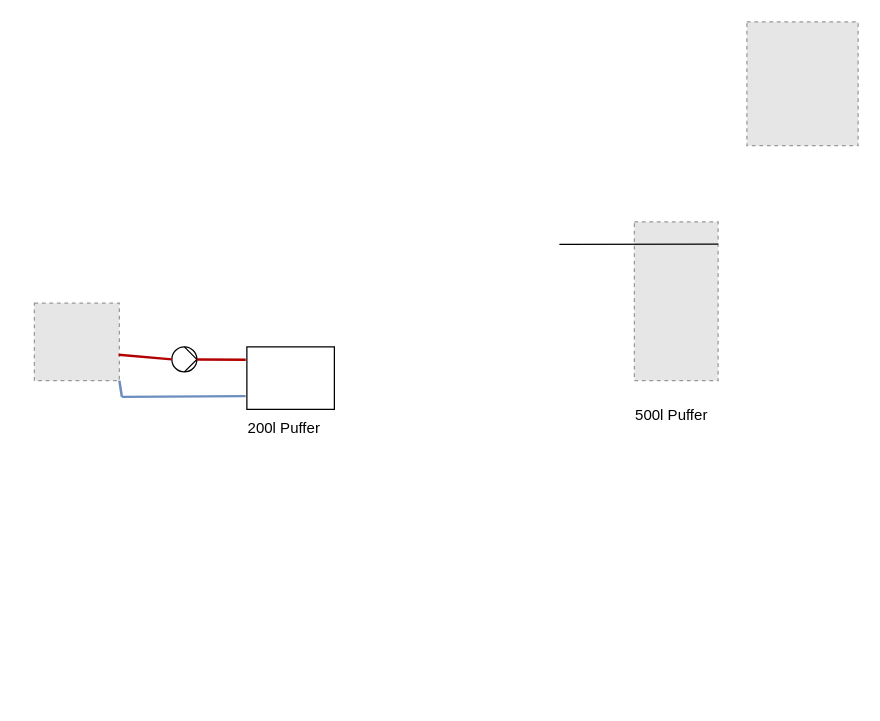
Before: Fuchsbau_Bestand.drawio in taxilof/FuchsbauHydraulik, a draw.io diagram. Source tidied: cells renumbered, new cells numbered last; positions are measured from the earlier drawing's top-left corner, leaving out a move shared by most shapes. Both pictures are drawn from the tidied source at 125%, with x=0, y=0 at pixel (34, 21). Pictures stored in the file or linked from it are replaced by grey dashed boxes.
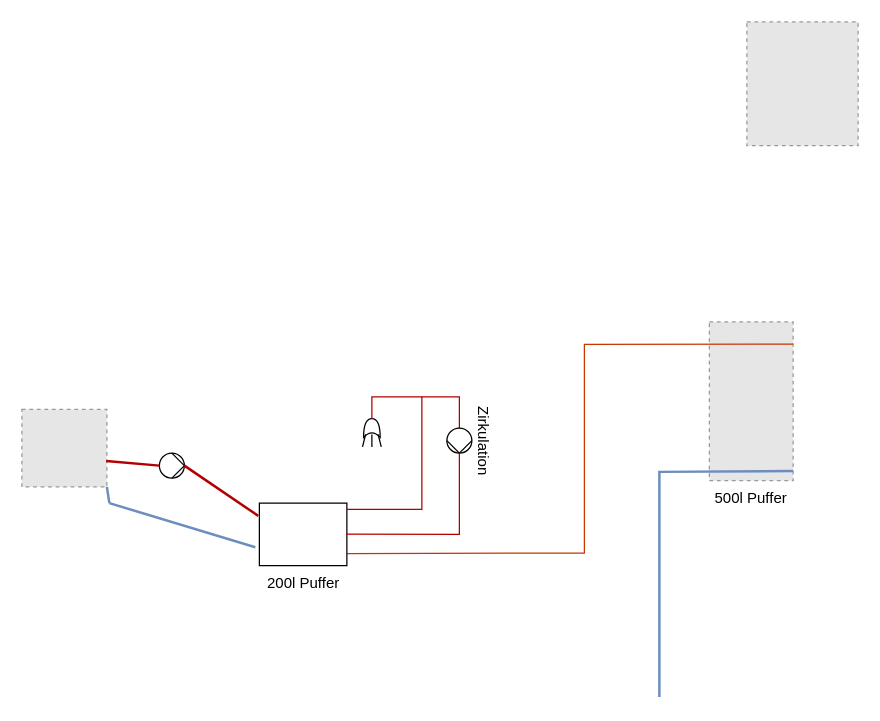
The same page after the edit.

The edit, as a diff of the source:
```diff
@@
     <mxCell id="3" style="fillColor=#E6E6E6;strokeColor=#999999;dashed=1;verticalLabelPosition=bottom;labelBackgroundColor=default;verticalAlign=top;" parent="1" vertex="1">
-      <mxGeometry y="225" width="68" height="62" as="geometry" />
+      <mxGeometry x="-10" y="310" width="68" height="62" as="geometry" />
     </mxCell>
-    <mxCell id="4" style="fillColor=#E6E6E6;strokeColor=#999999;dashed=1;verticalLabelPosition=bottom;labelBackgroundColor=default;verticalAlign=top;" parent="1" vertex="1">
-      <mxGeometry x="480" y="160" width="67" height="127" as="geometry" />
+    <mxCell id="4" value="500l Puffer&#10;" style="fillColor=#E6E6E6;strokeColor=#999999;dashed=1;verticalLabelPosition=bottom;labelBackgroundColor=default;verticalAlign=top;" parent="1" vertex="1">
+      <mxGeometry x="540" y="240" width="67" height="127" as="geometry" />
     </mxCell>
-    <mxCell id="5" value="500l Puffer" style="text;html=1;align=center;verticalAlign=middle;whiteSpace=wrap;rounded=0;" parent="1" vertex="1">
-      <mxGeometry x="480" y="300" width="60" height="30" as="geometry" />
-    </mxCell>
-    <mxCell id="6" style="endArrow=none;html=1;rounded=0;entryX=1;entryY=0.14;entryDx=0;entryDy=0;entryPerimeter=0;" parent="1" edge="1" target="4">
+    <mxCell id="6" style="endArrow=none;html=1;rounded=0;entryX=1;entryY=0.14;entryDx=0;entryDy=0;entryPerimeter=0;exitX=1.004;exitY=0.806;exitDx=0;exitDy=0;exitPerimeter=0;fillColor=#fa6800;strokeColor=#C73500;" parent="1" edge="1" source="7" target="4">
       <mxGeometry relative="1" as="geometry">
-        <mxPoint x="420" y="178" as="sourcePoint" />
+        <Array as="points">
+          <mxPoint x="440" y="425" />
+          <mxPoint x="440" y="258" />
+        </Array>
       </mxGeometry>
     </mxCell>
-    <mxCell id="7" style="shape=mxgraph.pid.vessels.tank,_vessel;html=1;align=center;verticalLabelPosition=bottom;verticalAlign=top;dashed=0;" parent="1" vertex="1">
-      <mxGeometry x="170" y="260" width="70" height="50" as="geometry" />
+    <mxCell id="7" value="200l Puffer&lt;div&gt;&lt;br&gt;&lt;/div&gt;" style="shape=mxgraph.pid.vessels.tank,_vessel;html=1;align=center;verticalLabelPosition=bottom;verticalAlign=top;dashed=0;" parent="1" vertex="1">
+      <mxGeometry x="180" y="385" width="70" height="50" as="geometry" />
     </mxCell>
     <mxCell id="8" style="shape=mxgraph.pid.pumps_-_iso.pump_(liquid);html=1;align=center;verticalLabelPosition=bottom;verticalAlign=top;dashed=0;" parent="1" vertex="1">
-      <mxGeometry x="110" y="260" width="20" height="20" as="geometry" />
+      <mxGeometry x="100" y="345" width="20" height="20" as="geometry" />
     </mxCell>
@@
-    <mxCell id="11" style="endArrow=none;html=1;rounded=0;entryX=-0.013;entryY=0.204;entryDx=0;entryDy=0;entryPerimeter=0;fillColor=#dae8fc;strokeColor=#6c8ebf;strokeWidth=2;gradientColor=#7ea6e0;" parent="1" edge="1">
+    <mxCell id="11" style="endArrow=none;html=1;rounded=0;entryX=-0.046;entryY=0.705;entryDx=0;entryDy=0;fillColor=#dae8fc;strokeColor=#6c8ebf;strokeWidth=2;gradientColor=#7ea6e0;entryPerimeter=0;" parent="1" edge="1" target="7">
       <mxGeometry relative="1" as="geometry">
-        <mxPoint x="70" y="300" as="sourcePoint" />
-        <mxPoint x="169" y="299.4" as="targetPoint" />
+        <mxPoint x="60" y="385" as="sourcePoint" />
       </mxGeometry>
     </mxCell>
     <mxCell id="12" style="endArrow=none;html=1;rounded=0;entryX=1;entryY=1;entryDx=0;entryDy=0;fillColor=#dae8fc;strokeColor=#6c8ebf;strokeWidth=2;gradientColor=#7ea6e0;" parent="1" edge="1" target="3">
       <mxGeometry relative="1" as="geometry">
-        <mxPoint x="70" y="300" as="sourcePoint" />
+        <mxPoint x="60" y="385" as="sourcePoint" />
       </mxGeometry>
     </mxCell>
-    <mxCell id="13" value="200l Puffer" style="text;html=1;align=center;verticalAlign=middle;whiteSpace=wrap;rounded=0;" parent="1" vertex="1">
-      <mxGeometry x="170" y="310" width="60" height="30" as="geometry" />
-    </mxCell>
+    <mxCell id="14" style="group;" parent="1" vertex="1">
+      <mxGeometry x="260" y="320" width="20" height="20" as="geometry" />
+    </mxCell>
+    <mxCell id="15" style="shape=xor;whiteSpace=wrap;html=1;rotation=-90;" parent="14" vertex="1">
+      <mxGeometry x="2.5" y="-1.7" width="15" height="13.3" as="geometry" />
+    </mxCell>
+    <mxCell id="16" style="endArrow=none;html=1;rounded=0;" parent="14" edge="1">
+      <mxGeometry relative="1" as="geometry">
+        <mxPoint x="2.5" y="20" as="sourcePoint" />
+        <mxPoint x="5" y="10" as="targetPoint" />
+      </mxGeometry>
+    </mxCell>
+    <mxCell id="17" style="endArrow=none;html=1;rounded=0;" parent="14" edge="1">
+      <mxGeometry relative="1" as="geometry">
+        <mxPoint x="10" y="20" as="sourcePoint" />
+        <mxPoint x="10" y="10" as="targetPoint" />
+      </mxGeometry>
+    </mxCell>
+    <mxCell id="18" style="endArrow=none;html=1;rounded=0;" parent="14" edge="1">
+      <mxGeometry relative="1" as="geometry">
+        <mxPoint x="17.5" y="20" as="sourcePoint" />
+        <mxPoint x="15" y="10" as="targetPoint" />
+      </mxGeometry>
+    </mxCell>
+    <mxCell id="19" style="endArrow=none;html=1;rounded=0;entryX=1;entryY=0.5;entryDx=0;entryDy=0;entryPerimeter=0;fillColor=#e51400;strokeColor=#B20000;" parent="1" edge="1" target="15">
+      <mxGeometry relative="1" as="geometry">
+        <mxPoint x="250" y="390" as="sourcePoint" />
+        <Array as="points">
+          <mxPoint x="310" y="390" />
+          <mxPoint x="310" y="340" />
+          <mxPoint x="310" y="300" />
+          <mxPoint x="270" y="300" />
+        </Array>
+      </mxGeometry>
+    </mxCell>
+    <mxCell id="20" style="endArrow=none;html=1;rounded=0;exitX=0;exitY=0.5;exitDx=0;exitDy=0;exitPerimeter=0;fillColor=#e51400;strokeColor=#B20000;" parent="1" edge="1" source="21">
+      <mxGeometry relative="1" as="geometry">
+        <mxPoint x="310" y="300" as="targetPoint" />
+        <Array as="points">
+          <mxPoint x="340" y="300" />
+        </Array>
+      </mxGeometry>
+    </mxCell>
+    <mxCell id="21" value="Zirkulation" style="shape=mxgraph.pid.pumps_-_iso.pump_(liquid);html=1;align=center;verticalLabelPosition=top;verticalAlign=bottom;dashed=0;rotation=90;labelPosition=center;" parent="1" vertex="1">
+      <mxGeometry x="330" y="325" width="20" height="20" as="geometry" />
+    </mxCell>
+    <mxCell id="22" style="endArrow=none;html=1;rounded=0;entryX=1;entryY=0.5;entryDx=0;entryDy=0;entryPerimeter=0;exitX=0.991;exitY=0.497;exitDx=0;exitDy=0;exitPerimeter=0;fillColor=#e51400;strokeColor=#B20000;" parent="1" edge="1" source="7" target="21">
+      <mxGeometry relative="1" as="geometry">
+        <Array as="points">
+          <mxPoint x="340" y="410" />
+        </Array>
+      </mxGeometry>
+    </mxCell>
+    <mxCell id="23" style="endArrow=none;html=1;rounded=0;fillColor=#dae8fc;strokeColor=#6c8ebf;strokeWidth=2;gradientColor=#7ea6e0;entryX=1;entryY=0.94;entryDx=0;entryDy=0;entryPerimeter=0;" parent="1" edge="1" target="4">
+      <mxGeometry relative="1" as="geometry">
+        <mxPoint x="500" y="540" as="sourcePoint" />
+        <Array as="points">
+          <mxPoint x="500" y="360" />
+        </Array>
+      </mxGeometry>
+    </mxCell>
```
